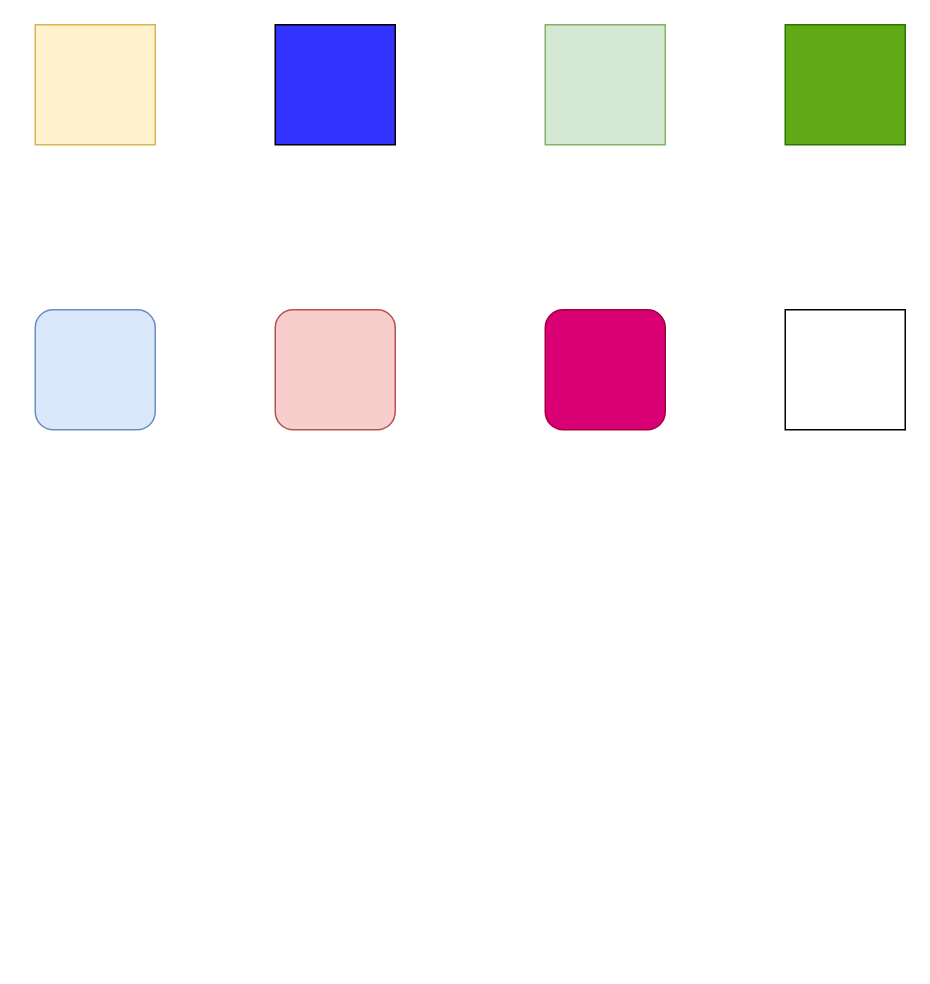
The draw.io diagram page "squares" (1 of 2) of src/main/resources/static/images/shapes.drawio in oliverwatkins/shape-shop-backend, before the edit. Source tidied: cells renumbered, new cells numbered last; positions are measured from the earlier drawing's top-left corner, leaving out a move shared by most shapes. Both pictures are drawn from the tidied source at 150%, with x=0, y=0 at pixel (34, 24).
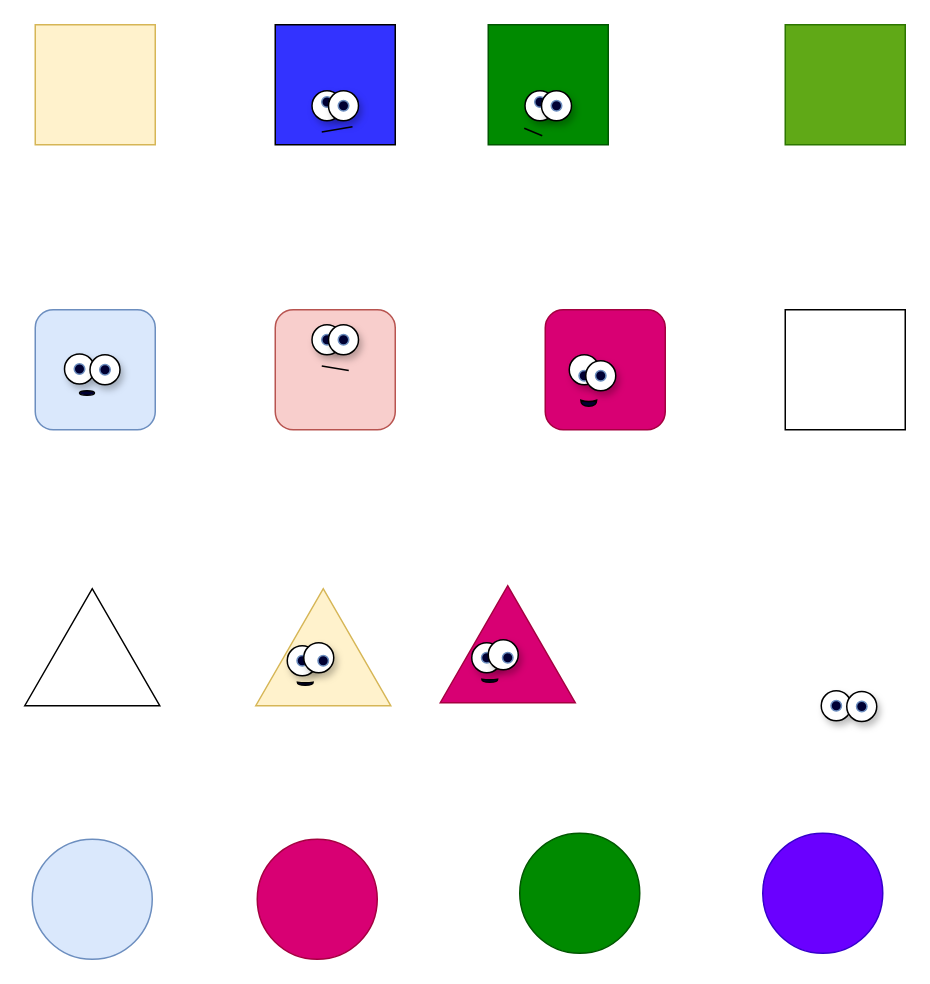
After the change.

What changed in the source:
```diff
@@
+    <mxCell id="10" style="whiteSpace=wrap;html=1;fillColor=#008a00;fontColor=#ffffff;strokeColor=#005700;" parent="1" vertex="1">
+      <mxGeometry x="302" width="80" height="80" as="geometry" />
+    </mxCell>
@@
-    <mxCell id="4" style="whiteSpace=wrap;html=1;fillColor=#d5e8d4;strokeColor=#82b366;" parent="1" vertex="1">
-      <mxGeometry x="340" width="80" height="80" as="geometry" />
-    </mxCell>
@@
+    <mxCell id="11" style="triangle;whiteSpace=wrap;html=1;rotation=-90;" parent="1" vertex="1">
+      <mxGeometry x="-1" y="370" width="78" height="90" as="geometry" />
+    </mxCell>
+    <mxCell id="12" style="triangle;whiteSpace=wrap;html=1;rotation=-90;fillColor=#fff2cc;strokeColor=#d6b656;" parent="1" vertex="1">
+      <mxGeometry x="153" y="370" width="78" height="90" as="geometry" />
+    </mxCell>
+    <mxCell id="13" style="ellipse;whiteSpace=wrap;html=1;shadow=1;" parent="1" vertex="1">
+      <mxGeometry x="524" y="444" width="20" height="20" as="geometry" />
+    </mxCell>
+    <mxCell id="14" style="ellipse;whiteSpace=wrap;html=1;shadow=0;sketch=0;fillColor=#000033;strokeColor=#6c8ebf;" parent="1" vertex="1">
+      <mxGeometry x="530.5" y="450.5" width="7" height="7" as="geometry" />
+    </mxCell>
+    <mxCell id="15" style="ellipse;whiteSpace=wrap;html=1;shadow=1;" parent="1" vertex="1">
+      <mxGeometry x="541" y="444.5" width="20" height="20" as="geometry" />
+    </mxCell>
+    <mxCell id="16" style="ellipse;whiteSpace=wrap;html=1;shadow=0;sketch=0;fillColor=#000033;strokeColor=#6c8ebf;" parent="1" vertex="1">
+      <mxGeometry x="547.5" y="451" width="7" height="7" as="geometry" />
+    </mxCell>
+    <mxCell id="17" style="ellipse;whiteSpace=wrap;html=1;shadow=1;" parent="1" vertex="1">
+      <mxGeometry x="356" y="220" width="20" height="20" as="geometry" />
+    </mxCell>
+    <mxCell id="18" style="ellipse;whiteSpace=wrap;html=1;shadow=0;sketch=0;fillColor=#000033;strokeColor=#6c8ebf;" parent="1" vertex="1">
+      <mxGeometry x="362.5" y="230.5" width="7" height="7" as="geometry" />
+    </mxCell>
+    <mxCell id="19" style="ellipse;whiteSpace=wrap;html=1;shadow=1;" parent="1" vertex="1">
+      <mxGeometry x="367" y="224" width="20" height="20" as="geometry" />
+    </mxCell>
+    <mxCell id="20" style="ellipse;whiteSpace=wrap;html=1;shadow=0;sketch=0;fillColor=#000033;strokeColor=#6c8ebf;" parent="1" vertex="1">
+      <mxGeometry x="373.5" y="230.5" width="7" height="7" as="geometry" />
+    </mxCell>
+    <mxCell id="21" style="ellipse;whiteSpace=wrap;html=1;shadow=1;" parent="1" vertex="1">
+      <mxGeometry x="168" y="414" width="20" height="20" as="geometry" />
+    </mxCell>
+    <mxCell id="22" style="ellipse;whiteSpace=wrap;html=1;shadow=0;sketch=0;fillColor=#000033;strokeColor=#6c8ebf;" parent="1" vertex="1">
+      <mxGeometry x="174.5" y="420.5" width="7" height="7" as="geometry" />
+    </mxCell>
+    <mxCell id="23" style="ellipse;whiteSpace=wrap;html=1;shadow=1;" parent="1" vertex="1">
+      <mxGeometry x="179" y="412" width="20" height="20" as="geometry" />
+    </mxCell>
+    <mxCell id="24" style="ellipse;whiteSpace=wrap;html=1;shadow=0;sketch=0;fillColor=#000033;strokeColor=#6c8ebf;" parent="1" vertex="1">
+      <mxGeometry x="188.5" y="420.5" width="7" height="7" as="geometry" />
+    </mxCell>
+    <mxCell id="25" style="shape=xor;whiteSpace=wrap;html=1;shadow=0;sketch=0;fillColor=#000033;rotation=90;" parent="1" vertex="1">
+      <mxGeometry x="367" y="247" width="4" height="10.5" as="geometry" />
+    </mxCell>
+    <mxCell id="26" style="shape=xor;whiteSpace=wrap;html=1;shadow=0;sketch=0;fillColor=#000033;rotation=90;" parent="1" vertex="1">
+      <mxGeometry x="179" y="434" width="2" height="10.5" as="geometry" />
+    </mxCell>
+    <mxCell id="27" style="ellipse;whiteSpace=wrap;html=1;shadow=1;" parent="1" vertex="1">
+      <mxGeometry x="184.5" y="200" width="20" height="20" as="geometry" />
+    </mxCell>
+    <mxCell id="28" style="ellipse;whiteSpace=wrap;html=1;shadow=0;sketch=0;fillColor=#000033;strokeColor=#6c8ebf;" parent="1" vertex="1">
+      <mxGeometry x="191" y="206.5" width="7" height="7" as="geometry" />
+    </mxCell>
+    <mxCell id="29" style="ellipse;whiteSpace=wrap;html=1;shadow=1;" parent="1" vertex="1">
+      <mxGeometry x="195.5" y="200" width="20" height="20" as="geometry" />
+    </mxCell>
+    <mxCell id="30" style="ellipse;whiteSpace=wrap;html=1;shadow=0;sketch=0;fillColor=#000033;strokeColor=#6c8ebf;" parent="1" vertex="1">
+      <mxGeometry x="202" y="206.5" width="7" height="7" as="geometry" />
+    </mxCell>
+    <mxCell id="31" style="endArrow=none;html=1;rounded=0;" parent="1" edge="1">
+      <mxGeometry relative="1" as="geometry">
+        <mxPoint x="191" y="227.5" as="sourcePoint" />
+        <mxPoint x="209" y="230.5" as="targetPoint" />
+      </mxGeometry>
+    </mxCell>
+    <mxCell id="32" style="ellipse;whiteSpace=wrap;html=1;shadow=1;" parent="1" vertex="1">
+      <mxGeometry x="19.5" y="219.5" width="20" height="20" as="geometry" />
+    </mxCell>
+    <mxCell id="33" style="ellipse;whiteSpace=wrap;html=1;shadow=0;sketch=0;fillColor=#000033;strokeColor=#6c8ebf;" parent="1" vertex="1">
+      <mxGeometry x="26" y="226" width="7" height="7" as="geometry" />
+    </mxCell>
+    <mxCell id="34" style="ellipse;whiteSpace=wrap;html=1;shadow=1;" parent="1" vertex="1">
+      <mxGeometry x="36.5" y="220" width="20" height="20" as="geometry" />
+    </mxCell>
+    <mxCell id="35" style="ellipse;whiteSpace=wrap;html=1;shadow=0;sketch=0;fillColor=#000033;strokeColor=#6c8ebf;" parent="1" vertex="1">
+      <mxGeometry x="43" y="226.5" width="7" height="7" as="geometry" />
+    </mxCell>
+    <mxCell id="36" style="ellipse;whiteSpace=wrap;html=1;shadow=0;sketch=0;fillColor=#000033;" parent="1" vertex="1">
+      <mxGeometry x="29.5" y="244" width="10" height="3" as="geometry" />
+    </mxCell>
+    <mxCell id="37" style="ellipse;whiteSpace=wrap;html=1;shadow=0;sketch=0;fillColor=#dae8fc;strokeColor=#6c8ebf;" parent="1" vertex="1">
+      <mxGeometry x="-2" y="543" width="80" height="80" as="geometry" />
+    </mxCell>
+    <mxCell id="38" style="ellipse;whiteSpace=wrap;html=1;shadow=0;sketch=0;fillColor=#d80073;strokeColor=#A50040;fontColor=#ffffff;" parent="1" vertex="1">
+      <mxGeometry x="148" y="543" width="80" height="80" as="geometry" />
+    </mxCell>
+    <mxCell id="39" style="ellipse;whiteSpace=wrap;html=1;shadow=0;sketch=0;fillColor=#008a00;strokeColor=#005700;fontColor=#ffffff;" parent="1" vertex="1">
+      <mxGeometry x="323" y="539" width="80" height="80" as="geometry" />
+    </mxCell>
+    <mxCell id="40" style="ellipse;whiteSpace=wrap;html=1;shadow=0;sketch=0;fillColor=#6a00ff;strokeColor=#3700CC;fontColor=#ffffff;" parent="1" vertex="1">
+      <mxGeometry x="485" y="539" width="80" height="80" as="geometry" />
+    </mxCell>
+    <mxCell id="41" style="triangle;whiteSpace=wrap;html=1;rotation=-90;fillColor=#d80073;strokeColor=#A50040;fontColor=#ffffff;" parent="1" vertex="1">
+      <mxGeometry x="276" y="368" width="78" height="90" as="geometry" />
+    </mxCell>
+    <mxCell id="42" style="ellipse;whiteSpace=wrap;html=1;shadow=1;" parent="1" vertex="1">
+      <mxGeometry x="291" y="412" width="20" height="20" as="geometry" />
+    </mxCell>
+    <mxCell id="43" style="ellipse;whiteSpace=wrap;html=1;shadow=0;sketch=0;fillColor=#000033;strokeColor=#6c8ebf;" parent="1" vertex="1">
+      <mxGeometry x="297.5" y="418.5" width="7" height="7" as="geometry" />
+    </mxCell>
+    <mxCell id="44" style="ellipse;whiteSpace=wrap;html=1;shadow=1;" parent="1" vertex="1">
+      <mxGeometry x="302" y="410" width="20" height="20" as="geometry" />
+    </mxCell>
+    <mxCell id="45" style="ellipse;whiteSpace=wrap;html=1;shadow=0;sketch=0;fillColor=#000033;strokeColor=#6c8ebf;" parent="1" vertex="1">
+      <mxGeometry x="311.5" y="418.5" width="7" height="7" as="geometry" />
+    </mxCell>
+    <mxCell id="46" style="shape=xor;whiteSpace=wrap;html=1;shadow=0;sketch=0;fillColor=#000033;rotation=90;" parent="1" vertex="1">
+      <mxGeometry x="302" y="432" width="2" height="10.5" as="geometry" />
+    </mxCell>
+    <mxCell id="47" style="ellipse;whiteSpace=wrap;html=1;shadow=1;" parent="1" vertex="1">
+      <mxGeometry x="184.5" y="44" width="20" height="20" as="geometry" />
+    </mxCell>
+    <mxCell id="48" style="ellipse;whiteSpace=wrap;html=1;shadow=0;sketch=0;fillColor=#000033;strokeColor=#6c8ebf;" parent="1" vertex="1">
+      <mxGeometry x="191" y="48" width="7" height="7" as="geometry" />
+    </mxCell>
+    <mxCell id="49" style="ellipse;whiteSpace=wrap;html=1;shadow=1;" parent="1" vertex="1">
+      <mxGeometry x="195.5" y="44" width="20" height="20" as="geometry" />
+    </mxCell>
+    <mxCell id="50" style="ellipse;whiteSpace=wrap;html=1;shadow=0;sketch=0;fillColor=#000033;strokeColor=#6c8ebf;" parent="1" vertex="1">
+      <mxGeometry x="202" y="50.5" width="7" height="7" as="geometry" />
+    </mxCell>
+    <mxCell id="51" style="endArrow=none;html=1;rounded=0;" parent="1" edge="1">
+      <mxGeometry relative="1" as="geometry">
+        <mxPoint x="191" y="71.5" as="sourcePoint" />
+        <mxPoint x="211.5" y="68" as="targetPoint" />
+      </mxGeometry>
+    </mxCell>
+    <mxCell id="52" style="ellipse;whiteSpace=wrap;html=1;shadow=1;" parent="1" vertex="1">
+      <mxGeometry x="326.5" y="44" width="20" height="20" as="geometry" />
+    </mxCell>
+    <mxCell id="53" style="ellipse;whiteSpace=wrap;html=1;shadow=0;sketch=0;fillColor=#000033;strokeColor=#6c8ebf;" parent="1" vertex="1">
+      <mxGeometry x="333" y="48" width="7" height="7" as="geometry" />
+    </mxCell>
+    <mxCell id="54" style="ellipse;whiteSpace=wrap;html=1;shadow=1;" parent="1" vertex="1">
+      <mxGeometry x="337.5" y="44" width="20" height="20" as="geometry" />
+    </mxCell>
+    <mxCell id="55" style="ellipse;whiteSpace=wrap;html=1;shadow=0;sketch=0;fillColor=#000033;strokeColor=#6c8ebf;" parent="1" vertex="1">
+      <mxGeometry x="344" y="50.5" width="7" height="7" as="geometry" />
+    </mxCell>
+    <mxCell id="56" style="endArrow=none;html=1;rounded=0;entryX=0.3;entryY=0.863;entryDx=0;entryDy=0;entryPerimeter=0;exitX=0.45;exitY=0.925;exitDx=0;exitDy=0;exitPerimeter=0;" parent="1" edge="1" source="10" target="10">
+      <mxGeometry relative="1" as="geometry" />
+    </mxCell>
```
